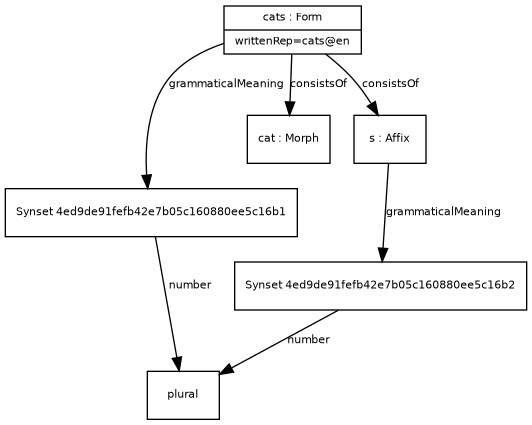
The Graphviz diagram examples/example_3.png in ontolex/morph, before a commit. Its source is kept beside it as examples/example_3.dot.
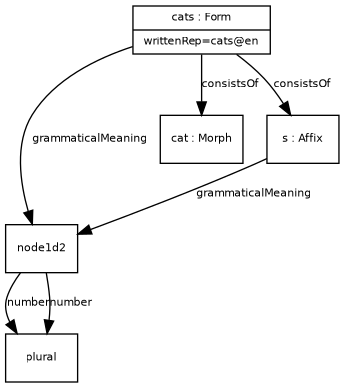
The same file after the commit.

Diff of the diagram source:
```diff
@@ -14,14 +14,14 @@
     ]
 
 plural [ label="{plural}" ]
-Synset4ed9de91fefb42e7b05c160880ee5c16b1 -> plural [ label="number" ]
-Synset4ed9de91fefb42e7b05c160880ee5c16b1 [ label="{Synset 4ed9de91fefb42e7b05c160880ee5c16b1}" ]
-cats -> Synset4ed9de91fefb42e7b05c160880ee5c16b1 [ label="grammaticalMeaning" ]
+node1d2 -> plural [ label="number" ]
+node1d2 [ label="{node1d2}" ]
+cats -> node1d2 [ label="grammaticalMeaning" ]
 cat [ label="{cat : Morph}" ]
 cats -> cat [ label="consistsOf" ]
-Synset4ed9de91fefb42e7b05c160880ee5c16b2 -> plural [ label="number" ]
-Synset4ed9de91fefb42e7b05c160880ee5c16b2 [ label="{Synset 4ed9de91fefb42e7b05c160880ee5c16b2}" ]
-s -> Synset4ed9de91fefb42e7b05c160880ee5c16b2 [ label="grammaticalMeaning" ]
+node1d2 -> plural [ label="number" ]
+node1d2 [ label="{node1d2}" ]
+s -> node1d2 [ label="grammaticalMeaning" ]
 s [ label="{s : Affix}" ]
 cats -> s [ label="consistsOf" ]
 cats [ label="{cats : Form|writtenRep=cats@en}" ]
```
